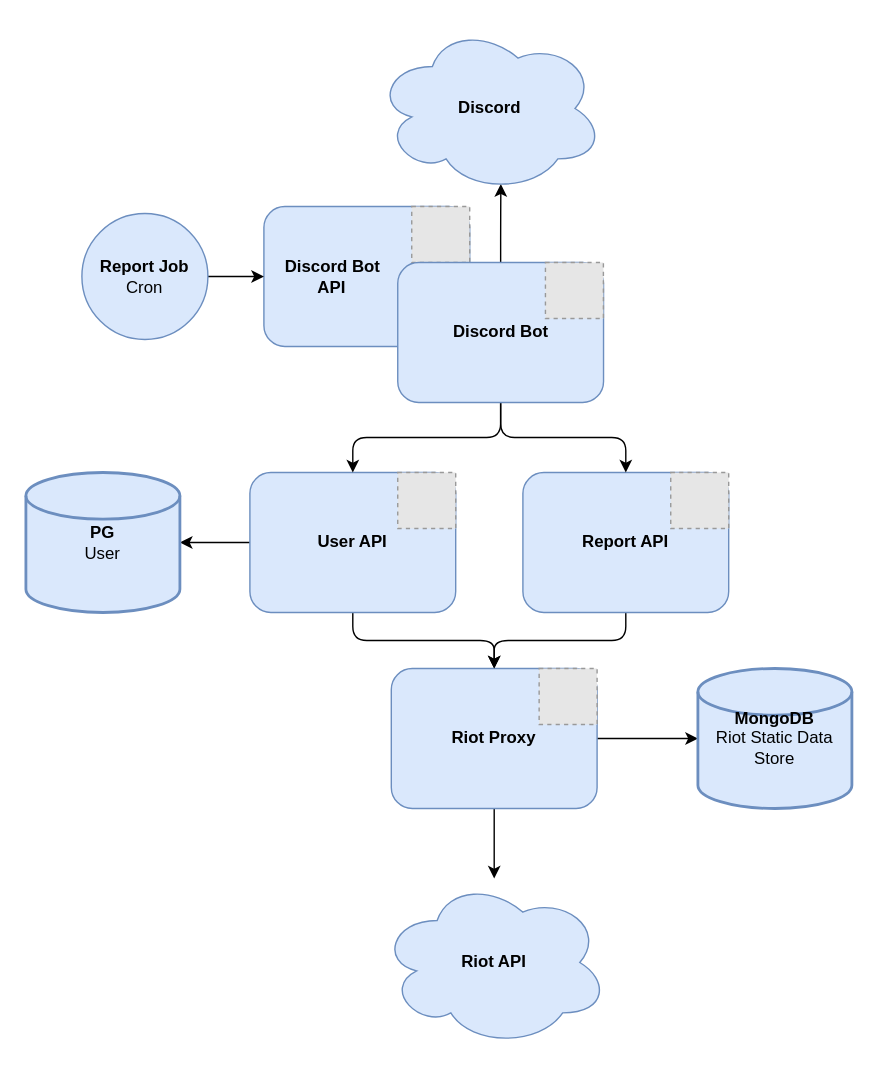
Above: docs/arch.drawio in sethtomy/lol-stats (draw.io), before the change. Source tidied: cells renumbered, new cells numbered last; positions are measured from the earlier drawing's top-left corner, leaving out a move shared by most shapes. Both pictures are drawn from the tidied source at 140%, with x=0, y=0 at pixel (25, 24). Pictures stored in the file or linked from it are replaced by grey dashed boxes.
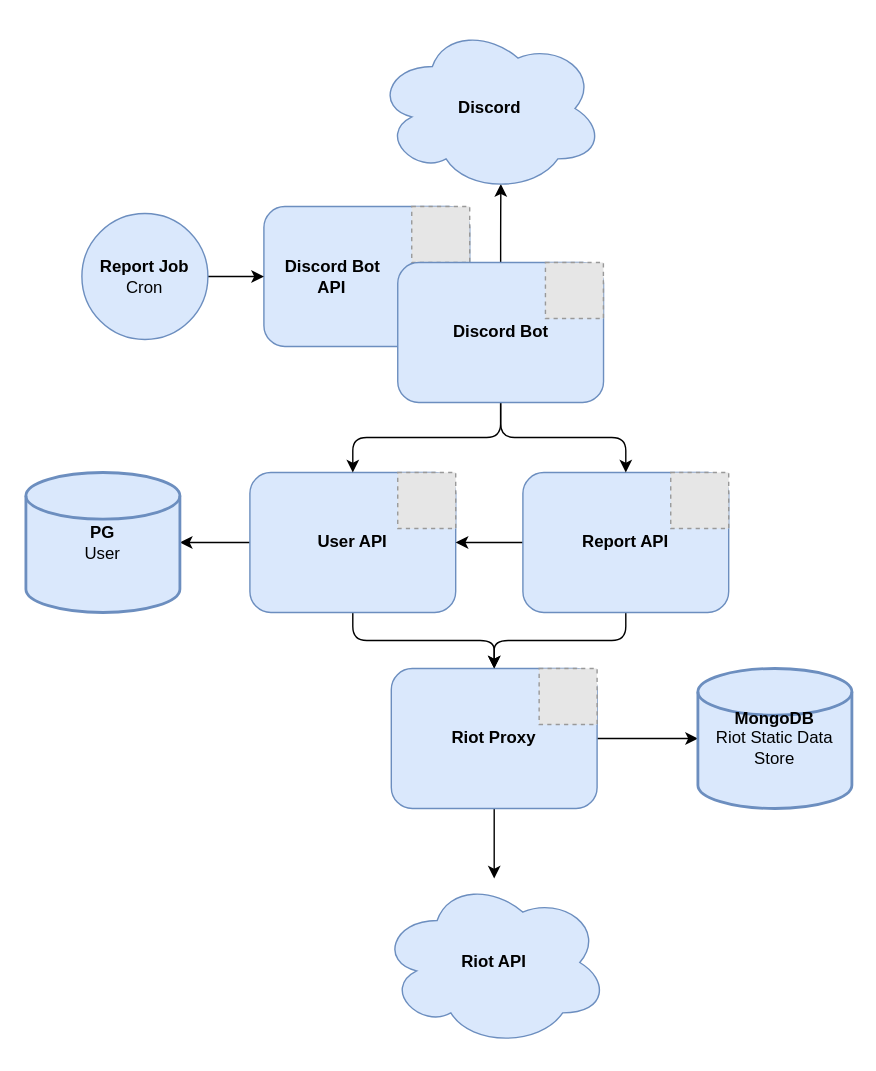
The same diagram, later.

Unchanged cells that the change refers to:
```xml
<mxCell id="6" value="&lt;b&gt;User API&lt;/b&gt;" style="rounded=1;whiteSpace=wrap;html=1;fillColor=#dae8fc;strokeColor=#6c8ebf;" parent="1" vertex="1">
  <mxGeometry x="160" y="320" width="147" height="100" as="geometry" />
</mxCell>
<mxCell id="15" value="&lt;b&gt;Report API&lt;/b&gt;" style="rounded=1;whiteSpace=wrap;html=1;fillColor=#dae8fc;strokeColor=#6c8ebf;" parent="1" vertex="1">
  <mxGeometry x="355" y="320" width="147" height="100" as="geometry" />
</mxCell>
```

Diff of the diagram source:
```diff
@@
+    <mxCell id="26" style="edgeStyle=orthogonalEdgeStyle;rounded=1;jettySize=auto;html=1;exitX=0;exitY=0.5;exitDx=0;exitDy=0;entryX=1;entryY=0.5;entryDx=0;entryDy=0;" parent="1" edge="1" source="15" target="6">
+      <mxGeometry relative="1" as="geometry" />
+    </mxCell>
```
